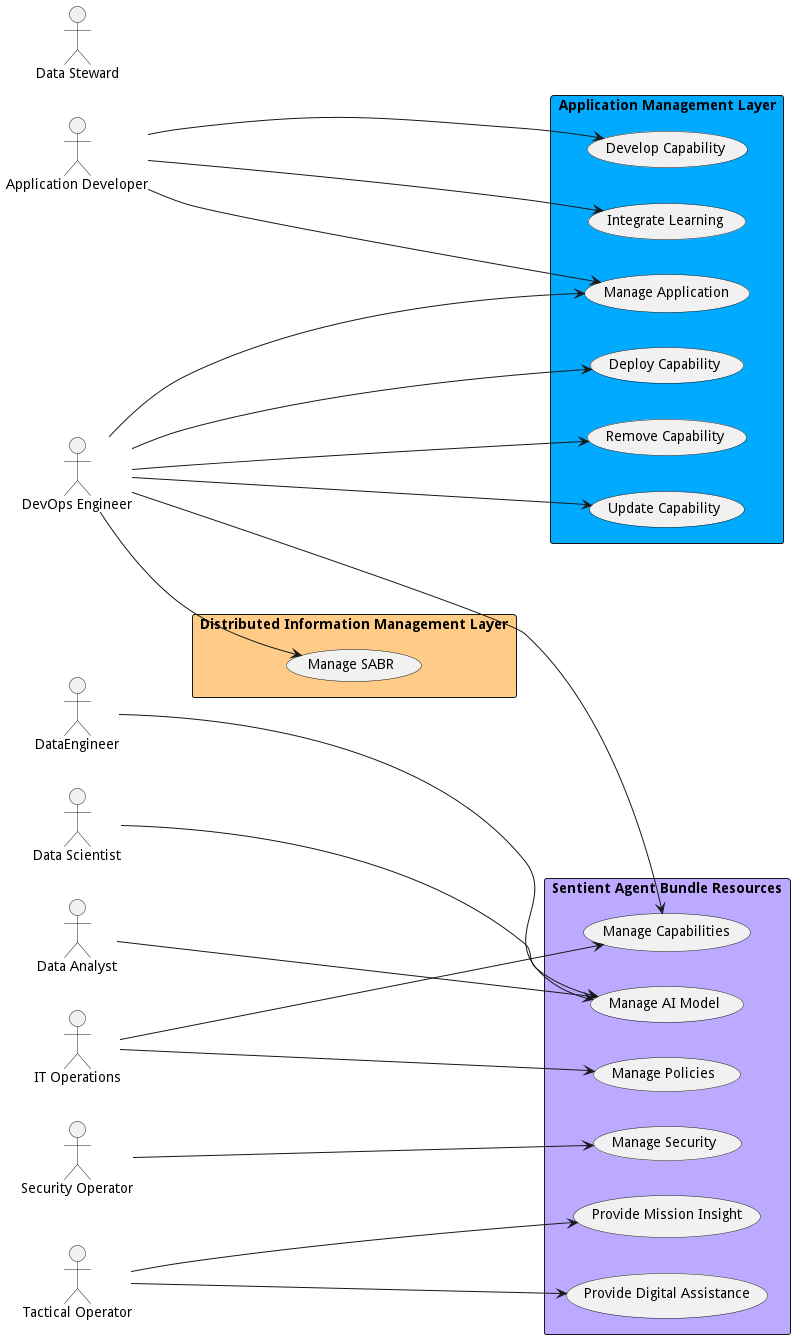
This is docs/actors/Actors.png from madajaju/sabr, a PlantUML export, as it was before one commit.
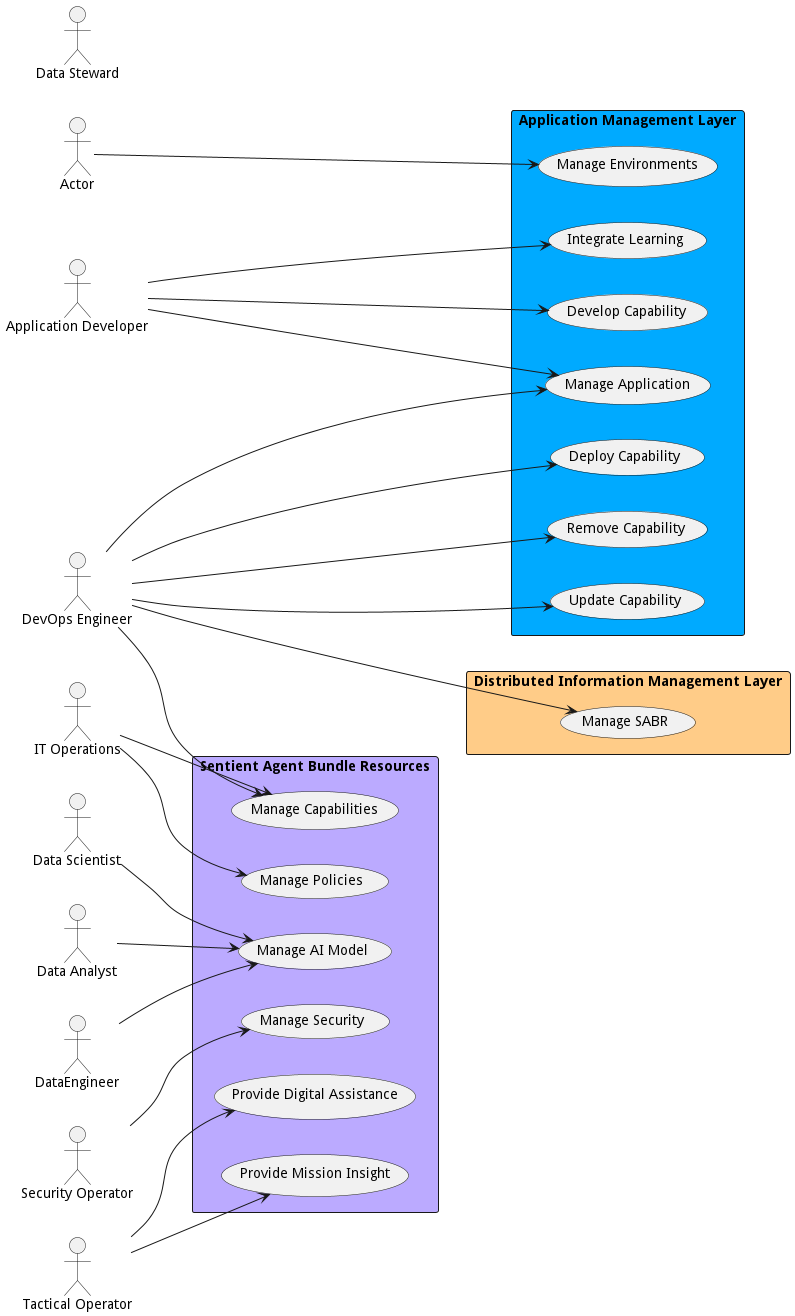
The same file after the commit.

What changed in the source:
```diff
@@ -1,6 +1,8 @@
 @startuml
 
 left to right direction
+
+Actor "Actor" as Actor
 
 Actor "Application Developer" as ApplicationDeveloper
 
@@ -23,15 +25,23 @@
 
 
 rectangle "Application Management Layer" as aml  #00aaff {
+        usecase "Manage Environments" as ManageEnvironments
+
+        Actor ---> ManageEnvironments
+
+
+}
+
+rectangle "Application Management Layer" as aml  #00aaff {
         usecase "Integrate Learning" as IntegrateLearning
 
-        ApplicationDeveloper ---> IntegrateLearning
+        ApplicationDeveloper --> IntegrateLearning
 
     usecase "Manage Application" as ManageApplication
 
-        DevOpsEngineer ---> ManageApplication
+        DevOpsEngineer --> ManageApplication
 
-        ApplicationDeveloper ---> ManageApplication
+        ApplicationDeveloper --> ManageApplication
 
 
 }
@@ -39,19 +49,19 @@
 rectangle "Application Management Layer" as aml  #00aaff {
         usecase "Develop Capability" as DevelopCapability
 
-        ApplicationDeveloper --> DevelopCapability
+        ApplicationDeveloper ---> DevelopCapability
 
     usecase "Deploy Capability" as DeployCapability
 
-        DevOpsEngineer --> DeployCapability
+        DevOpsEngineer ---> DeployCapability
 
     usecase "Remove Capability" as RemoveCapability
 
-        DevOpsEngineer --> RemoveCapability
+        DevOpsEngineer ---> RemoveCapability
 
     usecase "Update Capability" as UpdateCapability
 
-        DevOpsEngineer --> UpdateCapability
+        DevOpsEngineer ---> UpdateCapability
 
 
 }
@@ -59,33 +69,33 @@
 rectangle "Sentient Agent Bundle Resources" as sabr  #bbaaff {
         usecase "Manage AI Model" as ManageAIModel
 
-        DataEngineer ---> ManageAIModel
+        DataEngineer --> ManageAIModel
 
-        DataScientist ---> ManageAIModel
+        DataScientist --> ManageAIModel
 
-        DataAnalyst ---> ManageAIModel
+        DataAnalyst --> ManageAIModel
 
     usecase "Manage Capabilities" as ManageCapabilities
 
-        DevOpsEngineer ---> ManageCapabilities
+        DevOpsEngineer --> ManageCapabilities
 
-        ITOperations ---> ManageCapabilities
+        ITOperations --> ManageCapabilities
 
     usecase "Manage Policies" as ManagePolicies
 
-        ITOperations ---> ManagePolicies
+        ITOperations --> ManagePolicies
 
     usecase "Manage Security" as ManageSecurity
 
-        SecurityOperator ---> ManageSecurity
+        SecurityOperator --> ManageSecurity
 
     usecase "Provide Digital Assistance" as ProvideDigitalAssistance
 
-        TacticalOperator ---> ProvideDigitalAssistance
+        TacticalOperator --> ProvideDigitalAssistance
 
     usecase "Provide Mission Insight" as ProvideMissionInsight
 
-        TacticalOperator ---> ProvideMissionInsight
+        TacticalOperator --> ProvideMissionInsight
 
 
 }
@@ -93,7 +103,7 @@
 rectangle "Distributed Information Management Layer" as diml  #ffcc88 {
         usecase "Manage SABR" as ManageSABR
 
-        DevOpsEngineer --> ManageSABR
+        DevOpsEngineer ---> ManageSABR
 
 
 }
```
